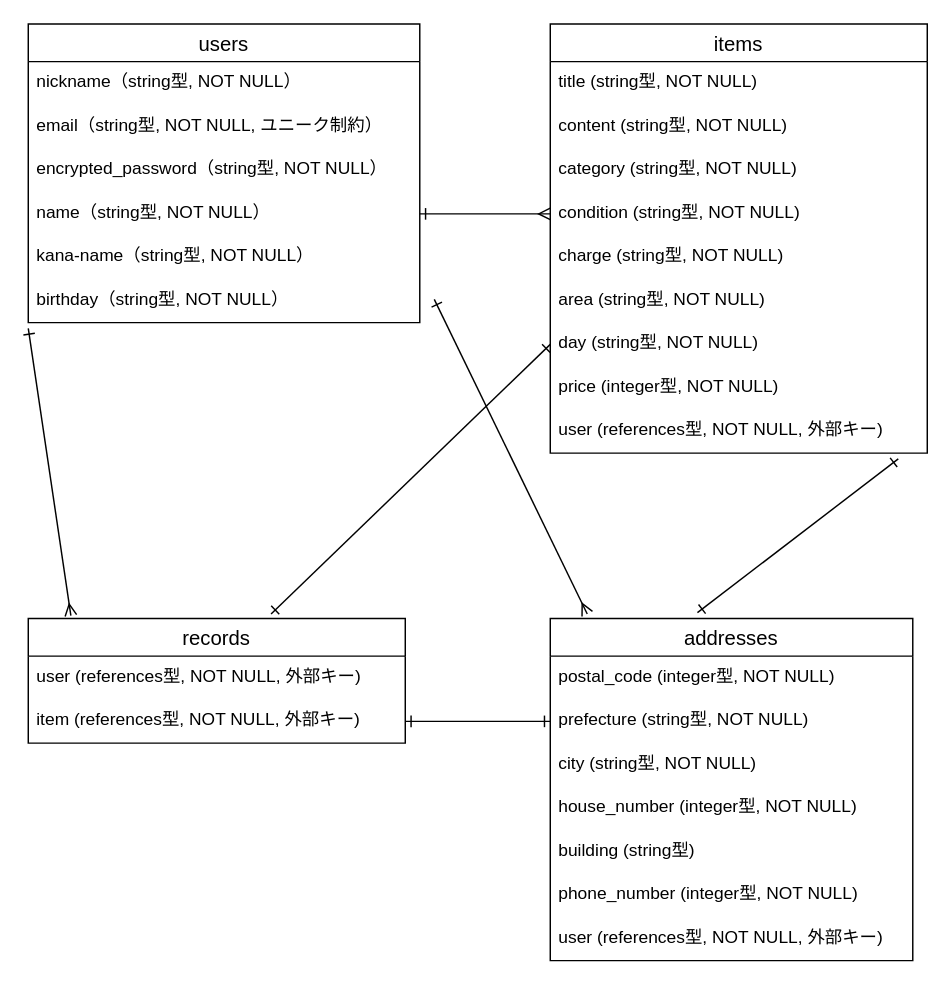
benaturalblue/furima-39217 keeps this draw.io diagram as test.dio. Above is the earlier version. Source tidied: cells renumbered, new cells numbered last; positions are measured from the earlier drawing's top-left corner, leaving out a move shared by most shapes. Both pictures are drawn from the tidied source at 145%, with x=0, y=0 at pixel (28, 23).
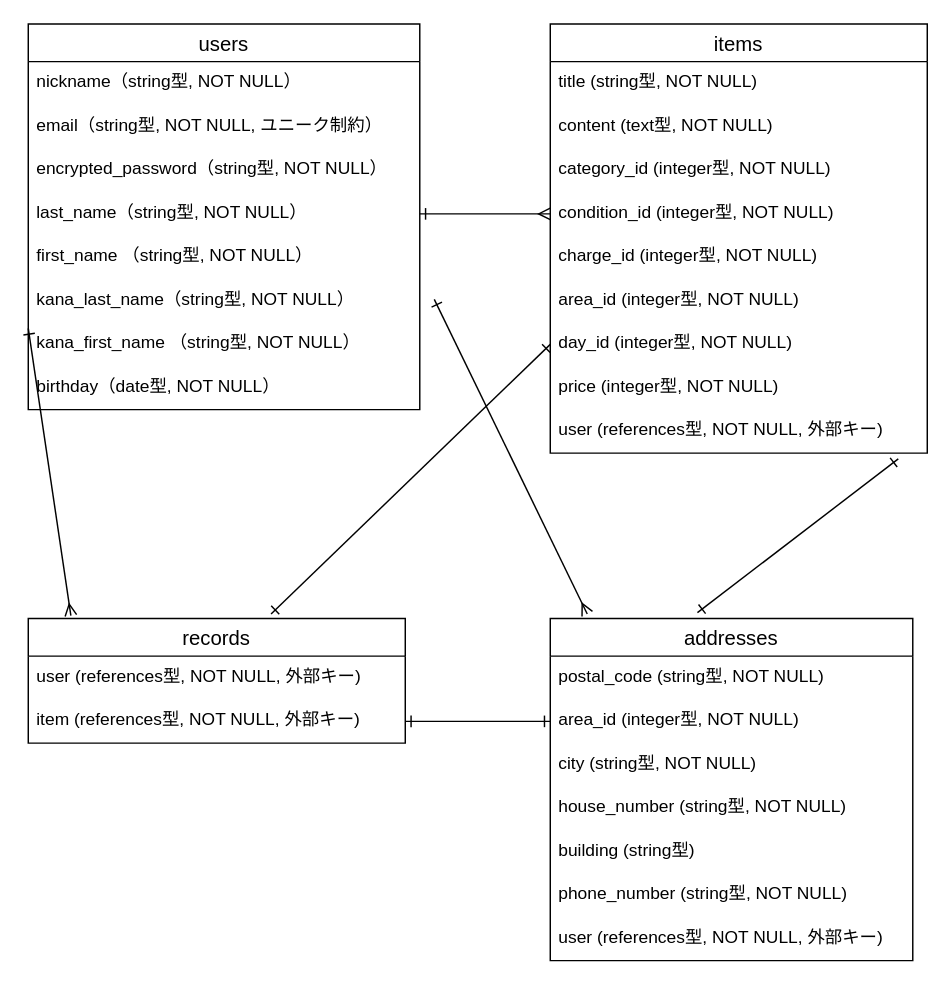
Above is the later version.

Unchanged cells that the change refers to:
```xml
<mxCell id="9" value="items" style="swimlane;fontStyle=0;horizontal=1;startSize=26;align=center;fontSize=14;" parent="1" vertex="1">
  <mxGeometry x="360" width="260" height="296" as="geometry" />
</mxCell>
<mxCell id="22" value="addresses" style="swimlane;fontStyle=0;horizontal=1;startSize=26;align=center;fontSize=14;" parent="1" vertex="1">
  <mxGeometry x="360" y="410" width="250" height="236" as="geometry" />
</mxCell>
```

Diff of the diagram source:
```diff
@@
     <mxCell id="2" value="users" style="swimlane;fontStyle=0;horizontal=1;startSize=26;align=center;fontSize=14;" parent="1" vertex="1">
-      <mxGeometry width="270" height="206" as="geometry" />
+      <mxGeometry width="270" height="266" as="geometry" />
     </mxCell>
@@
-    <mxCell id="6" value="name（string型, NOT NULL）" style="text;strokeColor=none;fillColor=none;spacingLeft=4;spacingRight=4;overflow=hidden;points=[[0,0.5],[1,0.5]];portConstraint=eastwest;fontSize=12;" parent="2" vertex="1">
+    <mxCell id="6" value="last_name（string型, NOT NULL）" style="text;strokeColor=none;fillColor=none;spacingLeft=4;spacingRight=4;overflow=hidden;points=[[0,0.5],[1,0.5]];portConstraint=eastwest;fontSize=12;" parent="2" vertex="1">
       <mxGeometry y="116" width="270" height="30" as="geometry" />
     </mxCell>
+    <mxCell id="36" value="first_name （string型, NOT NULL）" style="text;strokeColor=none;fillColor=none;spacingLeft=4;spacingRight=4;overflow=hidden;fontSize=12;" parent="2" vertex="1">
+      <mxGeometry y="146" width="270" height="30" as="geometry" />
+    </mxCell>
-    <mxCell id="7" value="kana-name（string型, NOT NULL）" style="text;strokeColor=none;fillColor=none;spacingLeft=4;spacingRight=4;overflow=hidden;fontSize=12;" parent="2" vertex="1">
-      <mxGeometry y="146" width="270" height="30" as="geometry" />
+    <mxCell id="7" value="kana_last_name（string型, NOT NULL）" style="text;strokeColor=none;fillColor=none;spacingLeft=4;spacingRight=4;overflow=hidden;fontSize=12;" parent="2" vertex="1">
+      <mxGeometry y="176" width="270" height="30" as="geometry" />
     </mxCell>
+    <mxCell id="37" value="kana_first_name （string型, NOT NULL）" style="text;strokeColor=none;fillColor=none;spacingLeft=4;spacingRight=4;overflow=hidden;fontSize=12;" parent="2" vertex="1">
+      <mxGeometry y="206" width="270" height="30" as="geometry" />
+    </mxCell>
-    <mxCell id="8" value="birthday（string型, NOT NULL）" style="text;strokeColor=none;fillColor=none;spacingLeft=4;spacingRight=4;overflow=hidden;fontSize=12;" parent="2" vertex="1">
-      <mxGeometry y="176" width="270" height="30" as="geometry" />
+    <mxCell id="8" value="birthday（date型, NOT NULL）" style="text;strokeColor=none;fillColor=none;spacingLeft=4;spacingRight=4;overflow=hidden;fontSize=12;" parent="2" vertex="1">
+      <mxGeometry y="236" width="270" height="30" as="geometry" />
     </mxCell>
@@
-    <mxCell id="11" value="content (string型, NOT NULL)" style="text;strokeColor=none;fillColor=none;spacingLeft=4;spacingRight=4;overflow=hidden;fontSize=12;" parent="9" vertex="1">
+    <mxCell id="11" value="content (text型, NOT NULL)" style="text;strokeColor=none;fillColor=none;spacingLeft=4;spacingRight=4;overflow=hidden;fontSize=12;" parent="9" vertex="1">
       <mxGeometry y="56" width="260" height="30" as="geometry" />
     </mxCell>
-    <mxCell id="12" value="category (string型, NOT NULL)" style="text;strokeColor=none;fillColor=none;spacingLeft=4;spacingRight=4;overflow=hidden;fontSize=12;" parent="9" vertex="1">
+    <mxCell id="12" value="category_id (integer型, NOT NULL)" style="text;strokeColor=none;fillColor=none;spacingLeft=4;spacingRight=4;overflow=hidden;fontSize=12;" parent="9" vertex="1">
       <mxGeometry y="86" width="260" height="30" as="geometry" />
     </mxCell>
-    <mxCell id="13" value="condition (string型, NOT NULL)" style="text;strokeColor=none;fillColor=none;spacingLeft=4;spacingRight=4;overflow=hidden;points=[[0,0.5],[1,0.5]];portConstraint=eastwest;fontSize=12;" parent="9" vertex="1">
+    <mxCell id="13" value="condition_id (integer型, NOT NULL)" style="text;strokeColor=none;fillColor=none;spacingLeft=4;spacingRight=4;overflow=hidden;points=[[0,0.5],[1,0.5]];portConstraint=eastwest;fontSize=12;" parent="9" vertex="1">
       <mxGeometry y="116" width="260" height="30" as="geometry" />
     </mxCell>
-    <mxCell id="14" value="charge (string型, NOT NULL)" style="text;strokeColor=none;fillColor=none;spacingLeft=4;spacingRight=4;overflow=hidden;fontSize=12;" parent="9" vertex="1">
+    <mxCell id="14" value="charge_id (integer型, NOT NULL)" style="text;strokeColor=none;fillColor=none;spacingLeft=4;spacingRight=4;overflow=hidden;fontSize=12;" parent="9" vertex="1">
       <mxGeometry y="146" width="260" height="30" as="geometry" />
     </mxCell>
-    <mxCell id="15" value="area (string型, NOT NULL)" style="text;strokeColor=none;fillColor=none;spacingLeft=4;spacingRight=4;overflow=hidden;fontSize=12;" parent="9" vertex="1">
+    <mxCell id="15" value="area_id (integer型, NOT NULL)" style="text;strokeColor=none;fillColor=none;spacingLeft=4;spacingRight=4;overflow=hidden;fontSize=12;" parent="9" vertex="1">
       <mxGeometry y="176" width="260" height="30" as="geometry" />
     </mxCell>
-    <mxCell id="16" value="day (string型, NOT NULL)" style="text;strokeColor=none;fillColor=none;spacingLeft=4;spacingRight=4;overflow=hidden;points=[[0,0.5],[1,0.5]];portConstraint=eastwest;fontSize=12;" parent="9" vertex="1">
+    <mxCell id="16" value="day_id (integer型, NOT NULL)" style="text;strokeColor=none;fillColor=none;spacingLeft=4;spacingRight=4;overflow=hidden;points=[[0,0.5],[1,0.5]];portConstraint=eastwest;fontSize=12;" parent="9" vertex="1">
       <mxGeometry y="206" width="260" height="30" as="geometry" />
     </mxCell>
@@
-    <mxCell id="23" value="postal_code (integer型, NOT NULL)" style="text;strokeColor=none;fillColor=none;spacingLeft=4;spacingRight=4;overflow=hidden;fontSize=12;" parent="22" vertex="1">
+    <mxCell id="23" value="postal_code (string型, NOT NULL)" style="text;strokeColor=none;fillColor=none;spacingLeft=4;spacingRight=4;overflow=hidden;fontSize=12;" parent="22" vertex="1">
       <mxGeometry y="26" width="250" height="30" as="geometry" />
     </mxCell>
-    <mxCell id="24" value="prefecture (string型, NOT NULL)" style="text;strokeColor=none;fillColor=none;spacingLeft=4;spacingRight=4;overflow=hidden;points=[[0,0.5],[1,0.5]];portConstraint=eastwest;fontSize=12;" parent="22" vertex="1">
+    <mxCell id="24" value="area_id (integer型, NOT NULL)" style="text;strokeColor=none;fillColor=none;spacingLeft=4;spacingRight=4;overflow=hidden;points=[[0,0.5],[1,0.5]];portConstraint=eastwest;fontSize=12;" parent="22" vertex="1">
       <mxGeometry y="56" width="250" height="30" as="geometry" />
     </mxCell>
@@
-    <mxCell id="26" value="house_number (integer型, NOT NULL)" style="text;strokeColor=none;fillColor=none;spacingLeft=4;spacingRight=4;overflow=hidden;fontSize=12;" parent="22" vertex="1">
+    <mxCell id="26" value="house_number (string型, NOT NULL)" style="text;strokeColor=none;fillColor=none;spacingLeft=4;spacingRight=4;overflow=hidden;fontSize=12;" parent="22" vertex="1">
       <mxGeometry y="116" width="250" height="30" as="geometry" />
     </mxCell>
@@
-    <mxCell id="28" value="phone_number (integer型, NOT NULL)" style="text;strokeColor=none;fillColor=none;spacingLeft=4;spacingRight=4;overflow=hidden;fontSize=12;" parent="22" vertex="1">
+    <mxCell id="28" value="phone_number (string型, NOT NULL)" style="text;strokeColor=none;fillColor=none;spacingLeft=4;spacingRight=4;overflow=hidden;fontSize=12;" parent="22" vertex="1">
       <mxGeometry y="176" width="250" height="30" as="geometry" />
     </mxCell>
```
